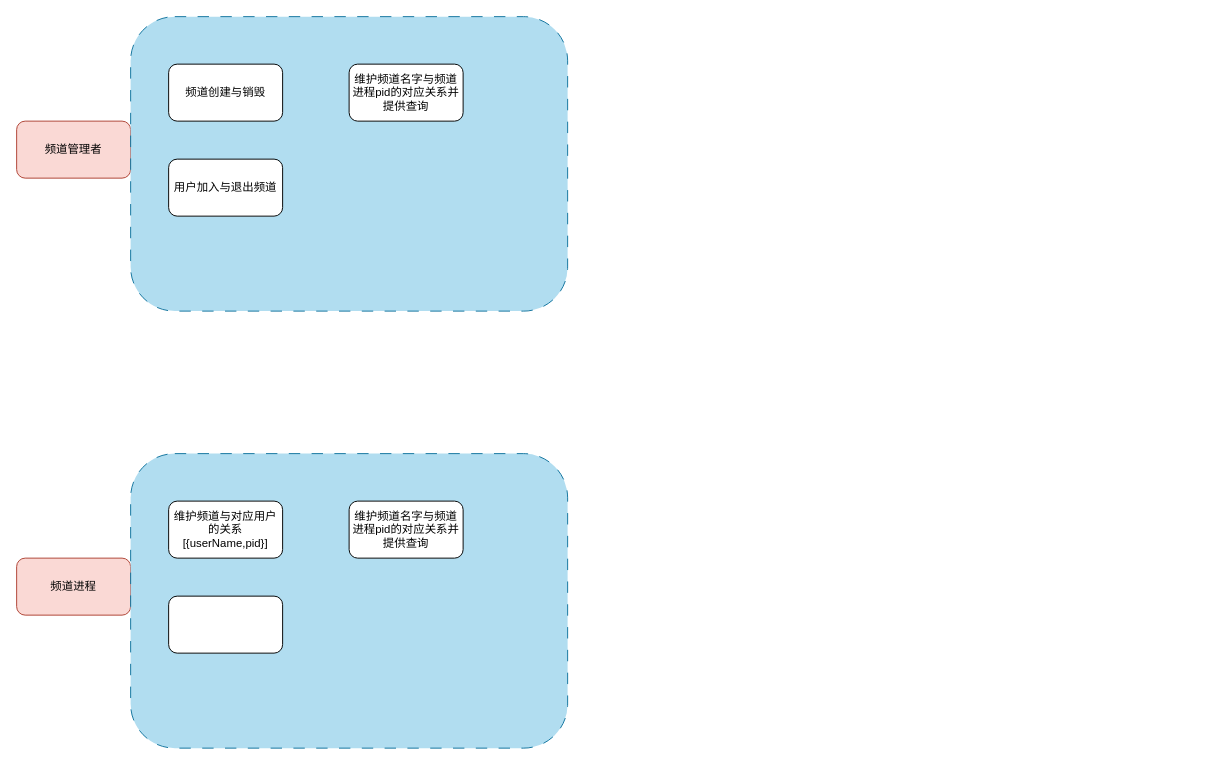
This is page "责职分配" (3 of 3) of src/chat_server/思路.drawio from Sexy-Tunan/chat-room-server, a draw.io file, before an edit. Source tidied: cells renumbered, new cells numbered last; positions are measured from the earlier drawing's top-left corner, leaving out a move shared by most shapes. Both pictures are drawn from the tidied source at 95%, with x=0, y=0 at pixel (16, 16).
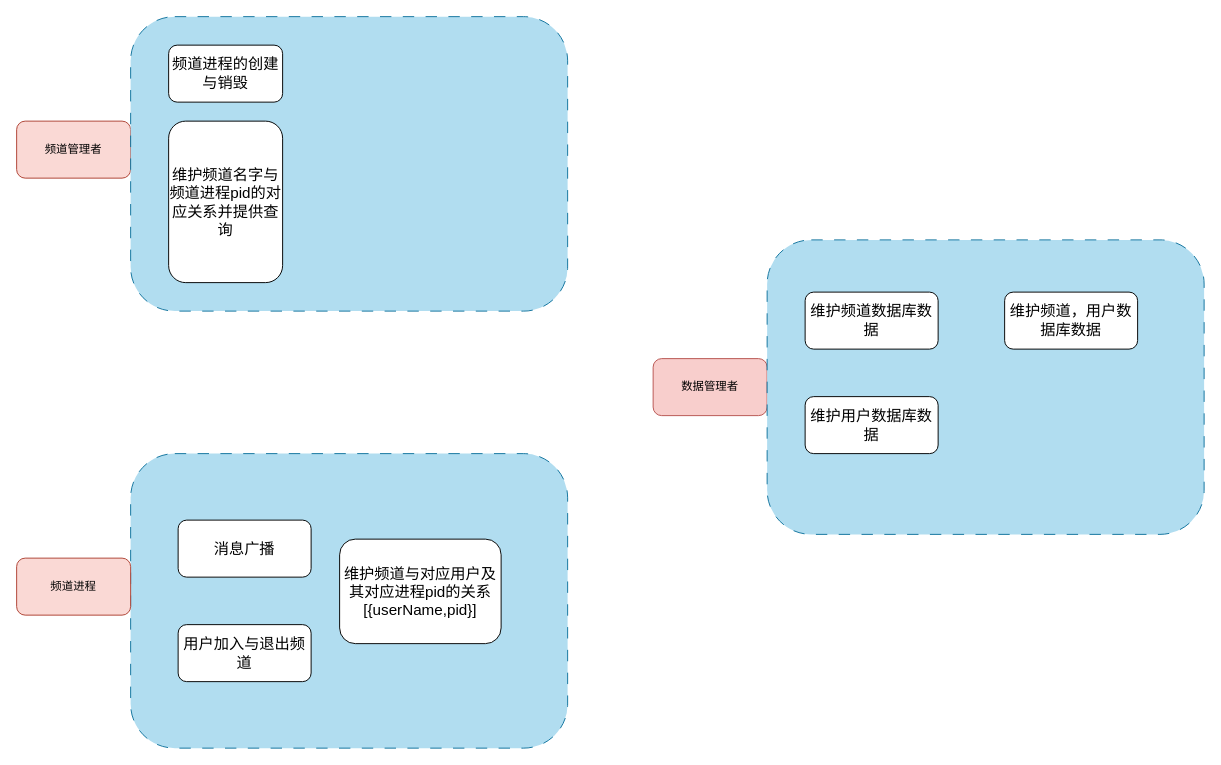
The same diagram, later.

Diff of the diagram source:
```diff
@@
 <mxGraphModel>
   <root>
     <mxCell id="0" />
     <mxCell id="1" parent="0" />
+    <mxCell id="8" style="rounded=1;whiteSpace=wrap;html=1;dashed=1;fillColor=#b1ddf0;strokeColor=#10739e;dashPattern=12 12;" parent="1" vertex="1">
+      <mxGeometry x="120" y="460" width="460" height="310" as="geometry" />
+    </mxCell>
     <mxCell id="2" value="频道管理者" style="rounded=1;whiteSpace=wrap;html=1;fillColor=#fad9d5;strokeColor=#ae4132;" parent="1" vertex="1">
       <mxGeometry y="110" width="120" height="60" as="geometry" />
     </mxCell>
     <mxCell id="3" style="rounded=1;whiteSpace=wrap;html=1;dashed=1;fillColor=#b1ddf0;strokeColor=#10739e;dashPattern=12 12;" parent="1" vertex="1">
       <mxGeometry x="120" width="460" height="310" as="geometry" />
     </mxCell>
-    <mxCell id="4" value="用户加入与退出频道" style="rounded=1;whiteSpace=wrap;html=1;" parent="1" vertex="1">
-      <mxGeometry x="160" y="150" width="120" height="60" as="geometry" />
+    <mxCell id="4" value="&lt;font style=&quot;font-size: 16px;&quot;&gt;用户加入与退出频道&lt;/font&gt;" style="rounded=1;whiteSpace=wrap;html=1;" parent="1" vertex="1">
+      <mxGeometry x="170" y="640" width="140" height="60" as="geometry" />
     </mxCell>
-    <mxCell id="5" value="频道创建与销毁" style="rounded=1;whiteSpace=wrap;html=1;" parent="1" vertex="1">
-      <mxGeometry x="160" y="50" width="120" height="60" as="geometry" />
+    <mxCell id="5" value="&lt;font style=&quot;font-size: 16px;&quot;&gt;频道进程的创建与销毁&lt;/font&gt;" style="rounded=1;whiteSpace=wrap;html=1;" parent="1" vertex="1">
+      <mxGeometry x="160" y="30" width="120" height="60" as="geometry" />
     </mxCell>
-    <mxCell id="6" value="维护频道名字与频道进程pid的对应关系并提供查询" style="rounded=1;whiteSpace=wrap;html=1;" parent="1" vertex="1">
-      <mxGeometry x="350" y="50" width="120" height="60" as="geometry" />
+    <mxCell id="6" value="&lt;font style=&quot;font-size: 16px;&quot;&gt;维护频道名字与频道进程pid的对应关系并提供查询&lt;/font&gt;" style="rounded=1;whiteSpace=wrap;html=1;" parent="1" vertex="1">
+      <mxGeometry x="160" y="110" width="120" height="170" as="geometry" />
     </mxCell>
     <mxCell id="7" value="频道进程" style="rounded=1;whiteSpace=wrap;html=1;fillColor=#fad9d5;strokeColor=#ae4132;" parent="1" vertex="1">
       <mxGeometry y="570" width="120" height="60" as="geometry" />
     </mxCell>
-    <mxCell id="8" style="rounded=1;whiteSpace=wrap;html=1;dashed=1;fillColor=#b1ddf0;strokeColor=#10739e;dashPattern=12 12;" parent="1" vertex="1">
-      <mxGeometry x="120" y="460" width="460" height="310" as="geometry" />
-    </mxCell>
-    <mxCell id="9" style="rounded=1;whiteSpace=wrap;html=1;" parent="1" vertex="1">
-      <mxGeometry x="160" y="610" width="120" height="60" as="geometry" />
+    <mxCell id="9" value="&lt;font style=&quot;font-size: 16px;&quot;&gt;消息广播&lt;/font&gt;" style="rounded=1;whiteSpace=wrap;html=1;" parent="1" vertex="1">
+      <mxGeometry x="170" y="530" width="140" height="60" as="geometry" />
     </mxCell>
-    <mxCell id="10" value="维护频道与对应用户的关系&lt;br&gt;[{userName,pid}]" style="rounded=1;whiteSpace=wrap;html=1;" parent="1" vertex="1">
-      <mxGeometry x="160" y="510" width="120" height="60" as="geometry" />
+    <mxCell id="10" value="&lt;font style=&quot;font-size: 16px;&quot;&gt;维护频道与对应用户及其对应进程pid的关系&lt;br&gt;[{userName,pid}]&lt;/font&gt;" style="rounded=1;whiteSpace=wrap;html=1;" parent="1" vertex="1">
+      <mxGeometry x="340" y="550" width="170" height="110" as="geometry" />
     </mxCell>
-    <mxCell id="11" value="维护频道名字与频道进程pid的对应关系并提供查询" style="rounded=1;whiteSpace=wrap;html=1;" parent="1" vertex="1">
-      <mxGeometry x="350" y="510" width="120" height="60" as="geometry" />
-    </mxCell>
+    <mxCell id="12" value="数据管理者" style="rounded=1;whiteSpace=wrap;html=1;fillColor=#f8cecc;strokeColor=#b85450;" parent="1" vertex="1">
+      <mxGeometry x="670" y="360" width="120" height="60" as="geometry" />
+    </mxCell>
+    <mxCell id="13" style="rounded=1;whiteSpace=wrap;html=1;dashed=1;fillColor=#b1ddf0;strokeColor=#10739e;dashPattern=12 12;" parent="1" vertex="1">
+      <mxGeometry x="790" y="235" width="460" height="310" as="geometry" />
+    </mxCell>
+    <mxCell id="14" value="&lt;font style=&quot;font-size: 16px;&quot;&gt;维护频道数据库数据&lt;/font&gt;" style="rounded=1;whiteSpace=wrap;html=1;" parent="1" vertex="1">
+      <mxGeometry x="830" y="290" width="140" height="60" as="geometry" />
+    </mxCell>
+    <mxCell id="15" value="&lt;font style=&quot;font-size: 16px;&quot;&gt;维护用户数据库数据&lt;/font&gt;" style="rounded=1;whiteSpace=wrap;html=1;" parent="1" vertex="1">
+      <mxGeometry x="830" y="400" width="140" height="60" as="geometry" />
+    </mxCell>
+    <mxCell id="16" value="&lt;font style=&quot;font-size: 16px;&quot;&gt;维护频道，用户数据库数据&lt;/font&gt;" style="rounded=1;whiteSpace=wrap;html=1;" parent="1" vertex="1">
+      <mxGeometry x="1040" y="290" width="140" height="60" as="geometry" />
+    </mxCell>
   </root>
 </mxGraphModel>
```
